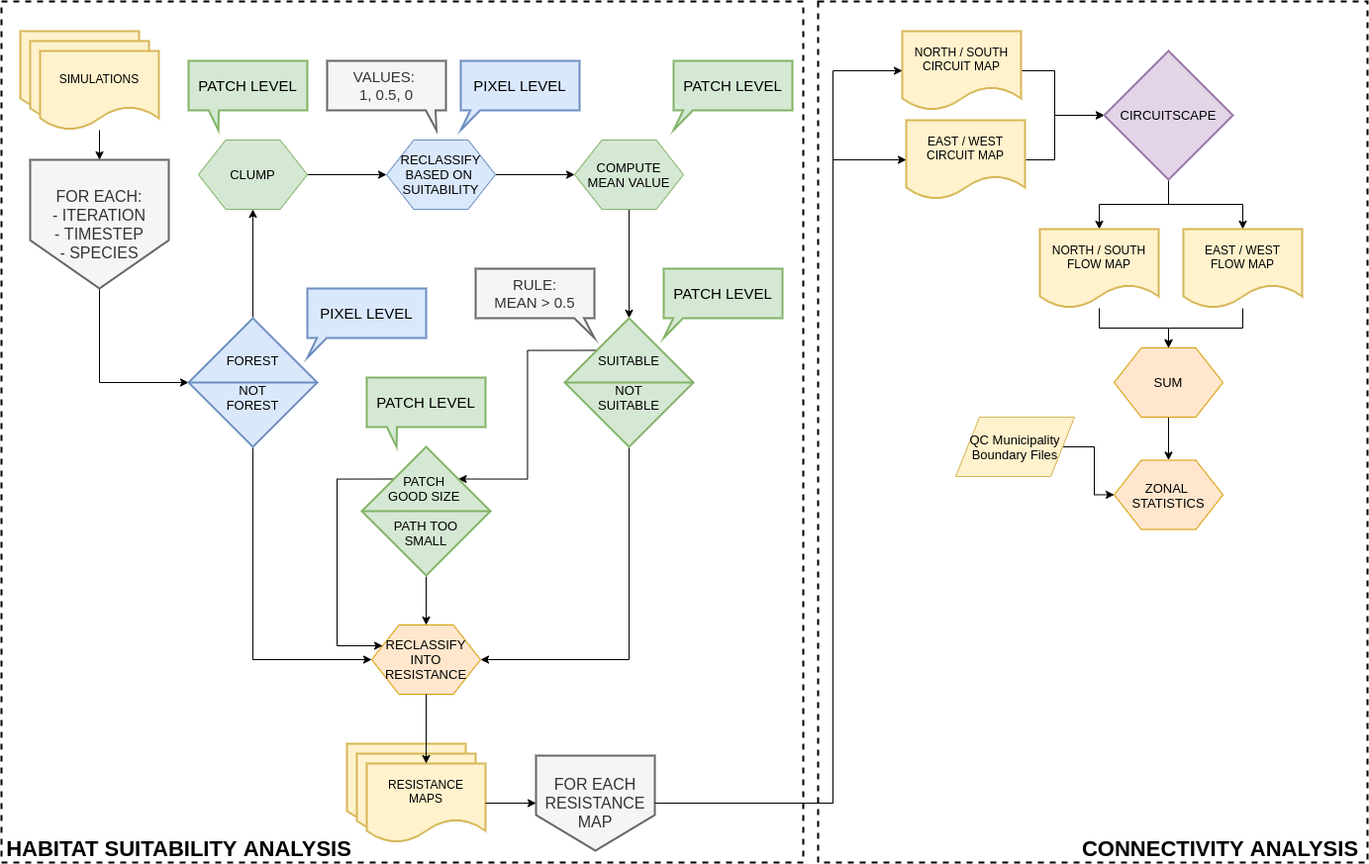
VLucet/landchange-connectivity-monteregie keeps this draw.io diagram as thesis/figures/Chapter1_flowchart2.png. Above is the earlier version. Source tidied: cells renumbered, new cells last; positions are measured from the earlier drawing's top-left corner, leaving out a move shared by most shapes. Source of this version:
```xml
<mxGraphModel>
  <root>
    <mxCell id="0" />
    <mxCell id="1" parent="0" />
    <mxCell id="2" style="whiteSpace=wrap;html=1;strokeWidth=2;fontSize=13;fillColor=none;dashed=1;" parent="1" vertex="1">
      <mxGeometry x="826" width="555" height="870" as="geometry" />
    </mxCell>
    <mxCell id="3" style="whiteSpace=wrap;html=1;strokeWidth=2;fontSize=13;fillColor=none;dashed=1;" parent="1" vertex="1">
      <mxGeometry x="1" width="810" height="870" as="geometry" />
    </mxCell>
    <mxCell id="4" style="group;" parent="1" vertex="1">
      <mxGeometry x="20" y="30" width="140" height="100" as="geometry" />
    </mxCell>
    <mxCell id="5" style="shape=document;whiteSpace=wrap;html=1;boundedLbl=1;strokeWidth=2;fillColor=#fff2cc;strokeColor=#d6b656;" parent="4" vertex="1">
      <mxGeometry width="120" height="80" as="geometry" />
    </mxCell>
    <mxCell id="6" style="shape=document;whiteSpace=wrap;html=1;boundedLbl=1;strokeWidth=2;fillColor=#fff2cc;strokeColor=#d6b656;" parent="4" vertex="1">
      <mxGeometry x="10" y="10" width="120" height="80" as="geometry" />
    </mxCell>
    <mxCell id="7" value="SIMULATIONS" style="shape=document;whiteSpace=wrap;html=1;boundedLbl=1;strokeWidth=2;fillColor=#fff2cc;strokeColor=#d6b656;" parent="4" vertex="1">
      <mxGeometry x="20" y="20" width="120" height="80" as="geometry" />
    </mxCell>
    <mxCell id="8" style="edgeStyle=orthogonalEdgeStyle;rounded=0;jettySize=auto;html=1;entryX=0;entryY=0.5;entryDx=0;entryDy=0;fontSize=13;" parent="1" edge="1" source="9" target="18">
      <mxGeometry relative="1" as="geometry">
        <Array as="points">
          <mxPoint x="100" y="385" />
        </Array>
      </mxGeometry>
    </mxCell>
    <mxCell id="9" value="&lt;font style=&quot;font-size: 16px&quot;&gt;FOR EACH:&lt;br&gt;- ITERATION&lt;br&gt;- TIMESTEP&lt;br&gt;- SPECIES&lt;/font&gt;" style="shape=offPageConnector;whiteSpace=wrap;html=1;strokeWidth=2;fillColor=#f5f5f5;fontSize=13;strokeColor=#666666;fontColor=#333333;" parent="1" vertex="1">
      <mxGeometry x="30" y="160" width="140" height="130" as="geometry" />
    </mxCell>
    <mxCell id="10" style="edgeStyle=orthogonalEdgeStyle;rounded=0;jettySize=auto;html=1;fontSize=13;" parent="1" edge="1" source="7" target="9">
      <mxGeometry relative="1" as="geometry" />
    </mxCell>
    <mxCell id="11" style="edgeStyle=orthogonalEdgeStyle;rounded=0;jettySize=auto;html=1;fontSize=13;" parent="1" edge="1" source="40" target="13">
      <mxGeometry relative="1" as="geometry" />
    </mxCell>
    <mxCell id="12" style="edgeStyle=orthogonalEdgeStyle;rounded=0;jettySize=auto;html=1;fontSize=13;" parent="1" edge="1" source="13" target="15">
      <mxGeometry relative="1" as="geometry" />
    </mxCell>
    <mxCell id="13" value="RECLASSIFY&lt;br&gt;BASED ON&amp;nbsp;&lt;br&gt;SUITABILITY" style="shape=hexagon;perimeter=hexagonPerimeter2;whiteSpace=wrap;html=1;fillColor=#dae8fc;strokeColor=#6c8ebf;fontSize=13;" parent="1" vertex="1">
      <mxGeometry x="390" y="140" width="110" height="70" as="geometry" />
    </mxCell>
    <mxCell id="14" style="edgeStyle=orthogonalEdgeStyle;rounded=0;jettySize=auto;html=1;fontSize=13;" parent="1" edge="1" source="15" target="27">
      <mxGeometry relative="1" as="geometry" />
    </mxCell>
    <mxCell id="15" value="COMPUTE&lt;br&gt;MEAN VALUE" style="shape=hexagon;perimeter=hexagonPerimeter2;whiteSpace=wrap;html=1;fillColor=#d5e8d4;strokeColor=#82b366;fontSize=13;" parent="1" vertex="1">
      <mxGeometry x="580" y="140" width="110" height="70" as="geometry" />
    </mxCell>
    <mxCell id="16" style="edgeStyle=orthogonalEdgeStyle;rounded=0;jettySize=auto;html=1;fontSize=13;" parent="1" edge="1" source="18" target="40">
      <mxGeometry relative="1" as="geometry" />
    </mxCell>
    <mxCell id="17" style="edgeStyle=orthogonalEdgeStyle;rounded=0;jettySize=auto;html=1;entryX=0;entryY=0.5;entryDx=0;entryDy=0;fontSize=13;exitX=0.5;exitY=1;exitDx=0;exitDy=0;" parent="1" edge="1" source="18" target="19">
      <mxGeometry relative="1" as="geometry">
        <Array as="points">
          <mxPoint x="255" y="665" />
        </Array>
      </mxGeometry>
    </mxCell>
    <mxCell id="18" value="FOREST&lt;br&gt;&lt;br&gt;NOT&lt;br&gt;FOREST" style="shape=sortShape;perimeter=rhombusPerimeter;whiteSpace=wrap;html=1;strokeWidth=2;fillColor=#dae8fc;fontSize=13;strokeColor=#6c8ebf;" parent="1" vertex="1">
      <mxGeometry x="190" y="320" width="130" height="130" as="geometry" />
    </mxCell>
    <mxCell id="19" value="RECLASSIFY INTO RESISTANCE" style="shape=hexagon;perimeter=hexagonPerimeter2;whiteSpace=wrap;html=1;fillColor=#ffe6cc;strokeColor=#d79b00;fontSize=13;" parent="1" vertex="1">
      <mxGeometry x="375" y="630" width="110" height="70" as="geometry" />
    </mxCell>
    <mxCell id="20" value="&lt;font style=&quot;font-size: 15px&quot;&gt;PIXEL LEVEL&lt;/font&gt;" style="shape=callout;whiteSpace=wrap;html=1;perimeter=calloutPerimeter;strokeWidth=2;fillColor=#dae8fc;fontSize=13;size=20;position=0.08;base=10;position2=0;strokeColor=#6c8ebf;" parent="1" vertex="1">
      <mxGeometry x="310" y="290" width="120" height="70" as="geometry" />
    </mxCell>
    <mxCell id="21" value="&lt;font style=&quot;font-size: 15px&quot;&gt;VALUES: &lt;br&gt;1, 0.5, 0&lt;/font&gt;" style="shape=callout;whiteSpace=wrap;html=1;perimeter=calloutPerimeter;strokeWidth=2;fillColor=#f5f5f5;fontSize=13;size=20;position=0.83;base=10;position2=0.92;strokeColor=#666666;fontColor=#333333;" parent="1" vertex="1">
      <mxGeometry x="330" y="60" width="120" height="70" as="geometry" />
    </mxCell>
    <mxCell id="22" value="&lt;font style=&quot;font-size: 15px&quot;&gt;PIXEL LEVEL&lt;/font&gt;" style="shape=callout;whiteSpace=wrap;html=1;perimeter=calloutPerimeter;strokeWidth=2;fillColor=#dae8fc;fontSize=13;size=20;position=0.08;base=10;position2=0;strokeColor=#6c8ebf;" parent="1" vertex="1">
      <mxGeometry x="465" y="60" width="120" height="70" as="geometry" />
    </mxCell>
    <mxCell id="23" value="&lt;font style=&quot;font-size: 15px&quot;&gt;PATCH LEVEL&lt;/font&gt;" style="shape=callout;whiteSpace=wrap;html=1;perimeter=calloutPerimeter;strokeWidth=2;fillColor=#d5e8d4;fontSize=13;size=20;position=0.08;base=10;position2=0;strokeColor=#82b366;" parent="1" vertex="1">
      <mxGeometry x="680" y="60" width="120" height="70" as="geometry" />
    </mxCell>
    <mxCell id="24" value="&lt;font style=&quot;font-size: 15px&quot;&gt;PATCH LEVEL&lt;/font&gt;" style="shape=callout;whiteSpace=wrap;html=1;perimeter=calloutPerimeter;strokeWidth=2;fillColor=#d5e8d4;fontSize=13;size=20;position=0.17;base=10;position2=0.25;strokeColor=#82b366;" parent="1" vertex="1">
      <mxGeometry x="190" y="60" width="120" height="70" as="geometry" />
    </mxCell>
    <mxCell id="25" style="edgeStyle=orthogonalEdgeStyle;rounded=0;jettySize=auto;html=1;exitX=0;exitY=0;exitDx=0;exitDy=0;entryX=1;entryY=0;entryDx=0;entryDy=0;fontSize=13;" parent="1" edge="1" source="27" target="32">
      <mxGeometry relative="1" as="geometry" />
    </mxCell>
    <mxCell id="26" style="edgeStyle=orthogonalEdgeStyle;rounded=0;jettySize=auto;html=1;entryX=1;entryY=0.5;entryDx=0;entryDy=0;fontSize=13;exitX=0.5;exitY=1;exitDx=0;exitDy=0;" parent="1" edge="1" source="27" target="19">
      <mxGeometry relative="1" as="geometry">
        <Array as="points">
          <mxPoint x="635" y="665" />
        </Array>
      </mxGeometry>
    </mxCell>
    <mxCell id="27" value="SUITABLE&lt;br&gt;&lt;br&gt;NOT&lt;br&gt;SUITABLE" style="shape=sortShape;perimeter=rhombusPerimeter;whiteSpace=wrap;html=1;strokeWidth=2;fillColor=#d5e8d4;fontSize=13;strokeColor=#82b366;" parent="1" vertex="1">
      <mxGeometry x="570" y="320" width="130" height="130" as="geometry" />
    </mxCell>
    <mxCell id="28" value="&lt;font style=&quot;font-size: 15px&quot;&gt;PATCH LEVEL&lt;/font&gt;" style="shape=callout;whiteSpace=wrap;html=1;perimeter=calloutPerimeter;strokeWidth=2;fillColor=#d5e8d4;fontSize=13;size=20;position=0.08;base=10;position2=0;strokeColor=#82b366;" parent="1" vertex="1">
      <mxGeometry x="670" y="270" width="120" height="70" as="geometry" />
    </mxCell>
    <mxCell id="29" value="&lt;font style=&quot;font-size: 15px&quot;&gt;RULE:&lt;br&gt;MEAN &amp;gt; 0.5&lt;br&gt;&lt;/font&gt;" style="shape=callout;whiteSpace=wrap;html=1;perimeter=calloutPerimeter;strokeWidth=2;fillColor=#f5f5f5;fontSize=13;size=20;position=0.83;base=10;position2=1;strokeColor=#666666;fontColor=#333333;" parent="1" vertex="1">
      <mxGeometry x="480" y="270" width="120" height="70" as="geometry" />
    </mxCell>
    <mxCell id="30" style="edgeStyle=orthogonalEdgeStyle;rounded=0;jettySize=auto;html=1;fontSize=13;" parent="1" edge="1" source="32" target="19">
      <mxGeometry relative="1" as="geometry" />
    </mxCell>
    <mxCell id="31" style="edgeStyle=orthogonalEdgeStyle;rounded=0;jettySize=auto;html=1;exitX=0;exitY=0;exitDx=0;exitDy=0;entryX=0;entryY=0.25;entryDx=0;entryDy=0;fontSize=13;" parent="1" edge="1" source="32" target="19">
      <mxGeometry relative="1" as="geometry">
        <Array as="points">
          <mxPoint x="340" y="483" />
          <mxPoint x="340" y="651" />
        </Array>
      </mxGeometry>
    </mxCell>
    <mxCell id="32" value="PATCH &lt;br&gt;GOOD SIZE&amp;nbsp;&lt;br&gt;&lt;br&gt;PATH TOO&lt;br&gt;SMALL" style="shape=sortShape;perimeter=rhombusPerimeter;whiteSpace=wrap;html=1;strokeWidth=2;fillColor=#d5e8d4;fontSize=13;strokeColor=#82b366;" parent="1" vertex="1">
      <mxGeometry x="365" y="450" width="130" height="130" as="geometry" />
    </mxCell>
    <mxCell id="33" value="&lt;font style=&quot;font-size: 15px&quot;&gt;PATCH LEVEL&lt;/font&gt;" style="shape=callout;whiteSpace=wrap;html=1;perimeter=calloutPerimeter;strokeWidth=2;fillColor=#d5e8d4;fontSize=13;size=20;position=0.17;base=10;position2=0.25;strokeColor=#82b366;" parent="1" vertex="1">
      <mxGeometry x="370" y="380" width="120" height="70" as="geometry" />
    </mxCell>
    <mxCell id="34" style="group;" parent="1" vertex="1">
      <mxGeometry x="350" y="750" width="140" height="100" as="geometry" />
    </mxCell>
    <mxCell id="35" style="shape=document;whiteSpace=wrap;html=1;boundedLbl=1;strokeWidth=2;fillColor=#fff2cc;strokeColor=#d6b656;" parent="34" vertex="1">
      <mxGeometry width="120" height="80" as="geometry" />
    </mxCell>
    <mxCell id="36" style="shape=document;whiteSpace=wrap;html=1;boundedLbl=1;strokeWidth=2;fillColor=#fff2cc;strokeColor=#d6b656;" parent="34" vertex="1">
      <mxGeometry x="10" y="10" width="120" height="80" as="geometry" />
    </mxCell>
    <mxCell id="37" value="RESISTANCE&lt;br&gt;MAPS" style="shape=document;whiteSpace=wrap;html=1;boundedLbl=1;strokeWidth=2;fillColor=#fff2cc;strokeColor=#d6b656;" parent="34" vertex="1">
      <mxGeometry x="20" y="20" width="120" height="80" as="geometry" />
    </mxCell>
    <mxCell id="38" style="edgeStyle=orthogonalEdgeStyle;rounded=0;jettySize=auto;html=1;exitX=0.5;exitY=1;exitDx=0;exitDy=0;fontSize=13;" parent="1" edge="1" source="19" target="37">
      <mxGeometry relative="1" as="geometry" />
    </mxCell>
    <mxCell id="39" value="&lt;font style=&quot;font-size: 22px&quot;&gt;&lt;b&gt;HABITAT SUITABILITY ANALYSIS&lt;/b&gt;&lt;/font&gt;" style="text;html=1;align=center;verticalAlign=middle;fontSize=13;" parent="1" vertex="1">
      <mxGeometry y="846" width="360" height="20" as="geometry" />
    </mxCell>
    <mxCell id="40" value="CLUMP" style="shape=hexagon;perimeter=hexagonPerimeter2;whiteSpace=wrap;html=1;fillColor=#d5e8d4;strokeColor=#82b366;fontSize=13;" parent="1" vertex="1">
      <mxGeometry x="200" y="140" width="110" height="70" as="geometry" />
    </mxCell>
    <mxCell id="41" style="edgeStyle=orthogonalEdgeStyle;rounded=0;jettySize=auto;html=1;entryX=0;entryY=0.5;entryDx=0;entryDy=0;fontSize=13;" parent="1" edge="1" source="42" target="51">
      <mxGeometry relative="1" as="geometry">
        <Array as="points">
          <mxPoint x="1065" y="70" />
          <mxPoint x="1065" y="115" />
        </Array>
      </mxGeometry>
    </mxCell>
    <mxCell id="42" value="NORTH / SOUTH&lt;br&gt;CIRCUIT MAP" style="shape=document;whiteSpace=wrap;html=1;boundedLbl=1;strokeWidth=2;fillColor=#fff2cc;strokeColor=#d6b656;" parent="1" vertex="1">
      <mxGeometry x="911" y="30" width="120" height="80" as="geometry" />
    </mxCell>
    <mxCell id="43" style="edgeStyle=orthogonalEdgeStyle;rounded=0;jettySize=auto;html=1;fontSize=13;entryX=0;entryY=0.5;entryDx=0;entryDy=0;" parent="1" edge="1" source="46" target="42">
      <mxGeometry relative="1" as="geometry">
        <Array as="points">
          <mxPoint x="841" y="810" />
          <mxPoint x="841" y="70" />
        </Array>
      </mxGeometry>
    </mxCell>
    <mxCell id="44" style="edgeStyle=orthogonalEdgeStyle;rounded=0;jettySize=auto;html=1;fontSize=13;" parent="1" edge="1" source="45" target="51">
      <mxGeometry relative="1" as="geometry">
        <Array as="points">
          <mxPoint x="1065" y="160" />
          <mxPoint x="1065" y="115" />
        </Array>
      </mxGeometry>
    </mxCell>
    <mxCell id="45" value="EAST / WEST&lt;br&gt;CIRCUIT MAP" style="shape=document;whiteSpace=wrap;html=1;boundedLbl=1;strokeWidth=2;fillColor=#fff2cc;strokeColor=#d6b656;" parent="1" vertex="1">
      <mxGeometry x="915" y="120" width="120" height="80" as="geometry" />
    </mxCell>
    <mxCell id="46" value="&lt;font style=&quot;font-size: 16px&quot;&gt;FOR EACH&lt;br&gt;RESISTANCE MAP&lt;br&gt;&lt;/font&gt;" style="shape=offPageConnector;whiteSpace=wrap;html=1;strokeWidth=2;fillColor=#f5f5f5;fontSize=13;strokeColor=#666666;fontColor=#333333;" parent="1" vertex="1">
      <mxGeometry x="541" y="762" width="120" height="96" as="geometry" />
    </mxCell>
    <mxCell id="47" style="edgeStyle=orthogonalEdgeStyle;rounded=0;jettySize=auto;html=1;fontSize=13;" parent="1" edge="1" source="37" target="46">
      <mxGeometry relative="1" as="geometry" />
    </mxCell>
    <mxCell id="48" style="edgeStyle=orthogonalEdgeStyle;rounded=0;jettySize=auto;html=1;fontSize=13;entryX=0;entryY=0.5;entryDx=0;entryDy=0;exitX=1;exitY=0.5;exitDx=0;exitDy=0;" parent="1" edge="1" source="46" target="45">
      <mxGeometry relative="1" as="geometry">
        <Array as="points">
          <mxPoint x="841" y="810" />
          <mxPoint x="841" y="160" />
        </Array>
      </mxGeometry>
    </mxCell>
    <mxCell id="49" style="edgeStyle=orthogonalEdgeStyle;rounded=0;jettySize=auto;html=1;exitX=0.5;exitY=1;exitDx=0;exitDy=0;entryX=0.5;entryY=0;entryDx=0;entryDy=0;fontSize=13;" parent="1" edge="1" source="51" target="53">
      <mxGeometry relative="1" as="geometry" />
    </mxCell>
    <mxCell id="50" style="edgeStyle=orthogonalEdgeStyle;rounded=0;jettySize=auto;html=1;exitX=0.5;exitY=1;exitDx=0;exitDy=0;entryX=0.5;entryY=0;entryDx=0;entryDy=0;fontSize=13;" parent="1" edge="1" source="51" target="55">
      <mxGeometry relative="1" as="geometry" />
    </mxCell>
    <mxCell id="51" value="CIRCUITSCAPE" style="rhombus;whiteSpace=wrap;html=1;strokeWidth=2;fillColor=#e1d5e7;strokeColor=#9673a6;fontSize=13;" parent="1" vertex="1">
      <mxGeometry x="1115" y="50" width="130" height="130" as="geometry" />
    </mxCell>
    <mxCell id="52" style="edgeStyle=orthogonalEdgeStyle;rounded=0;jettySize=auto;html=1;fontSize=13;" parent="1" edge="1" source="53" target="57">
      <mxGeometry relative="1" as="geometry" />
    </mxCell>
    <mxCell id="53" value="NORTH / SOUTH&lt;br&gt;FLOW MAP" style="shape=document;whiteSpace=wrap;html=1;boundedLbl=1;strokeWidth=2;fillColor=#fff2cc;strokeColor=#d6b656;" parent="1" vertex="1">
      <mxGeometry x="1050" y="230" width="120" height="80" as="geometry" />
    </mxCell>
    <mxCell id="54" style="edgeStyle=orthogonalEdgeStyle;rounded=0;jettySize=auto;html=1;fontSize=13;" parent="1" edge="1" source="55" target="57">
      <mxGeometry relative="1" as="geometry" />
    </mxCell>
    <mxCell id="55" value="EAST / WEST&lt;br&gt;FLOW MAP" style="shape=document;whiteSpace=wrap;html=1;boundedLbl=1;strokeWidth=2;fillColor=#fff2cc;strokeColor=#d6b656;" parent="1" vertex="1">
      <mxGeometry x="1195" y="230" width="120" height="80" as="geometry" />
    </mxCell>
    <mxCell id="56" style="edgeStyle=orthogonalEdgeStyle;rounded=0;jettySize=auto;html=1;fontSize=13;" parent="1" edge="1" source="57" target="58">
      <mxGeometry relative="1" as="geometry" />
    </mxCell>
    <mxCell id="57" value="SUM" style="shape=hexagon;perimeter=hexagonPerimeter2;whiteSpace=wrap;html=1;fillColor=#ffe6cc;strokeColor=#d79b00;fontSize=13;" parent="1" vertex="1">
      <mxGeometry x="1125" y="350" width="110" height="70" as="geometry" />
    </mxCell>
    <mxCell id="58" value="ZONAL&amp;nbsp;&lt;br&gt;STATISTICS" style="shape=hexagon;perimeter=hexagonPerimeter2;whiteSpace=wrap;html=1;fillColor=#ffe6cc;strokeColor=#d79b00;fontSize=13;" parent="1" vertex="1">
      <mxGeometry x="1125" y="463.5" width="110" height="70" as="geometry" />
    </mxCell>
    <mxCell id="59" style="edgeStyle=orthogonalEdgeStyle;rounded=0;jettySize=auto;html=1;fontSize=13;" parent="1" edge="1" source="60" target="58">
      <mxGeometry relative="1" as="geometry" />
    </mxCell>
    <mxCell id="60" value="QC Municipality&lt;br style=&quot;font-size: 13px;&quot;&gt;Boundary Files" style="shape=parallelogram;perimeter=parallelogramPerimeter;whiteSpace=wrap;html=1;fillColor=#fff2cc;strokeColor=#d6b656;fontSize=13;" parent="1" vertex="1">
      <mxGeometry x="965" y="420" width="120" height="60" as="geometry" />
    </mxCell>
    <mxCell id="61" value="&lt;font style=&quot;font-size: 22px&quot;&gt;&lt;b&gt;CONNECTIVITY ANALYSIS&lt;/b&gt;&lt;/font&gt;" style="text;html=1;align=center;verticalAlign=middle;fontSize=13;" parent="1" vertex="1">
      <mxGeometry x="1087" y="846" width="290" height="20" as="geometry" />
    </mxCell>
  </root>
</mxGraphModel>
```
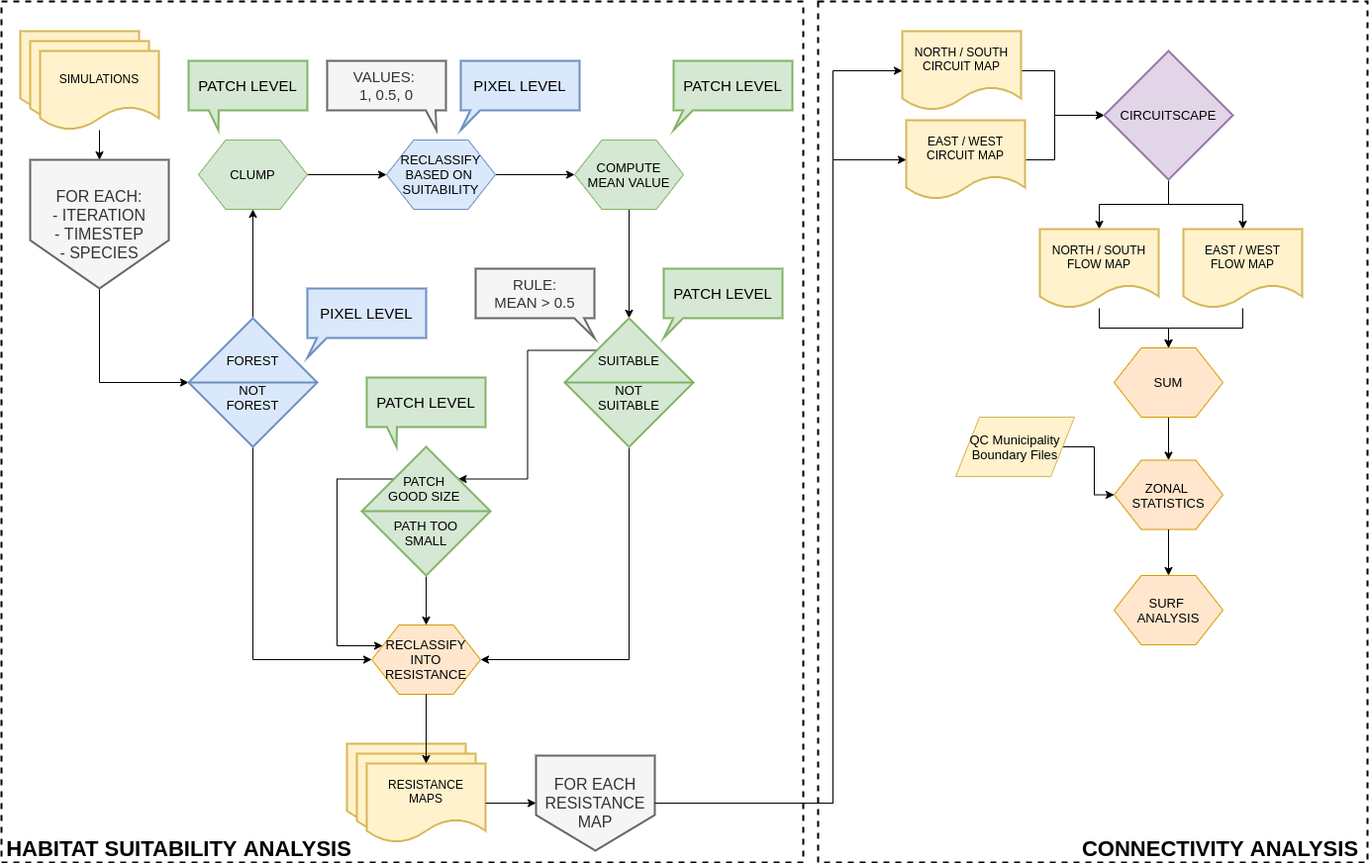
Above is the later version.

Commit message:
update workflow eith adresses and SURF

What changed in the source:
```diff
@@ -219,5 +219,11 @@
     <mxCell id="61" value="&lt;font style=&quot;font-size: 22px&quot;&gt;&lt;b&gt;CONNECTIVITY ANALYSIS&lt;/b&gt;&lt;/font&gt;" style="text;html=1;align=center;verticalAlign=middle;fontSize=13;" parent="1" vertex="1">
       <mxGeometry x="1087" y="846" width="290" height="20" as="geometry" />
     </mxCell>
+    <mxCell id="62" value="SURF &lt;br&gt;ANALYSIS" style="shape=hexagon;perimeter=hexagonPerimeter2;whiteSpace=wrap;html=1;fillColor=#ffe6cc;strokeColor=#d79b00;fontSize=13;" parent="1" vertex="1">
+      <mxGeometry x="1125" y="580" width="110" height="70" as="geometry" />
+    </mxCell>
+    <mxCell id="63" style="edgeStyle=orthogonalEdgeStyle;rounded=0;jettySize=auto;html=1;fontSize=13;exitX=0.5;exitY=1;exitDx=0;exitDy=0;" parent="1" edge="1" source="58" target="62">
+      <mxGeometry relative="1" as="geometry" />
+    </mxCell>
   </root>
 </mxGraphModel>
```
